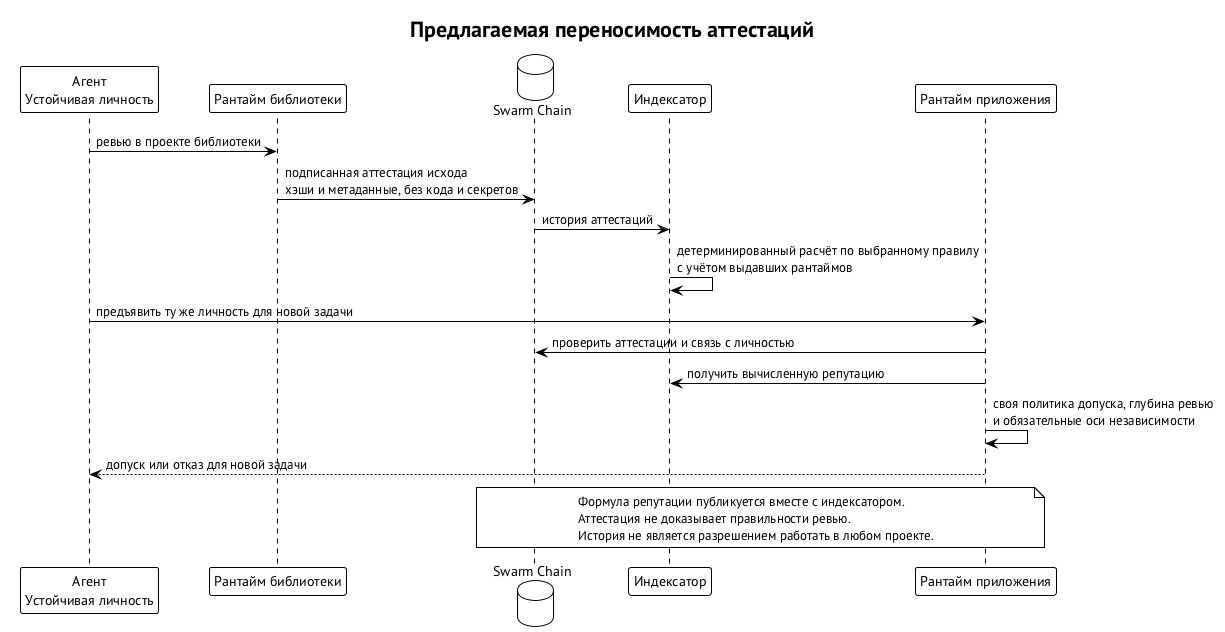
relux-works/swarma-docs keeps this PlantUML diagram as book/diagrams/portable-attestations.png. Above is the earlier version.
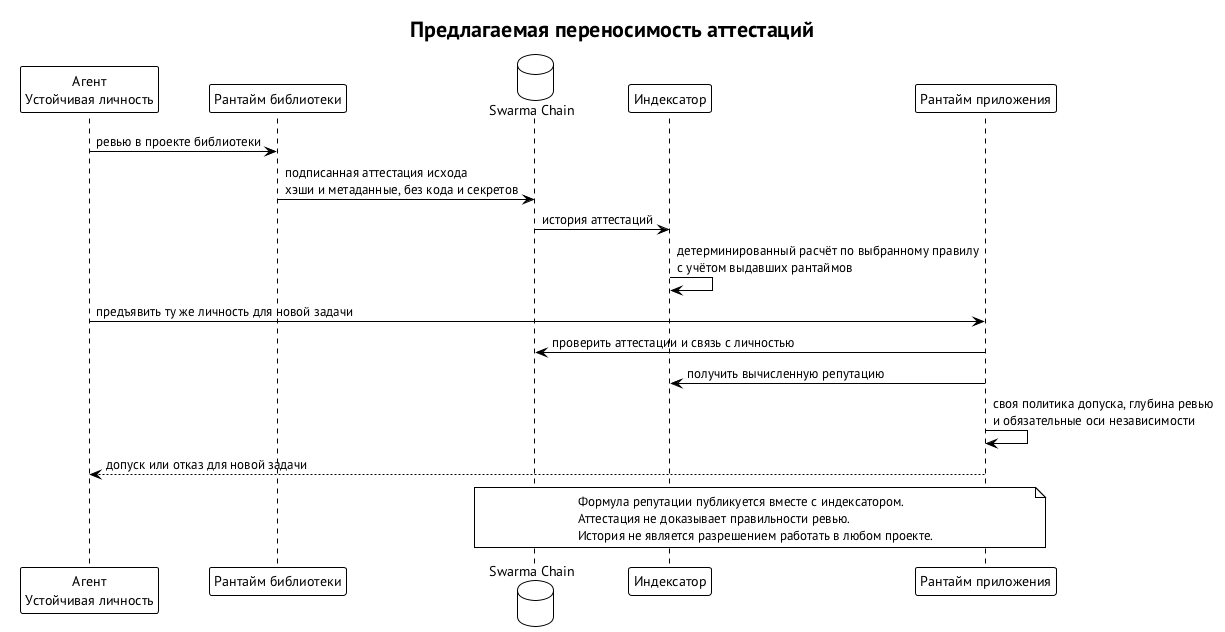
Later version of the same file.

What changed in the source:
```diff
@@ -5,7 +5,7 @@
 title Предлагаемая переносимость аттестаций
 participant "Агент\nУстойчивая личность" as A
 participant "Рантайм библиотеки" as R1
-database "Swarm Chain" as C
+database "Swarma Chain" as C
 participant "Индексатор" as I
 participant "Рантайм приложения" as R2
 A -> R1 : ревью в проекте библиотеки
```
